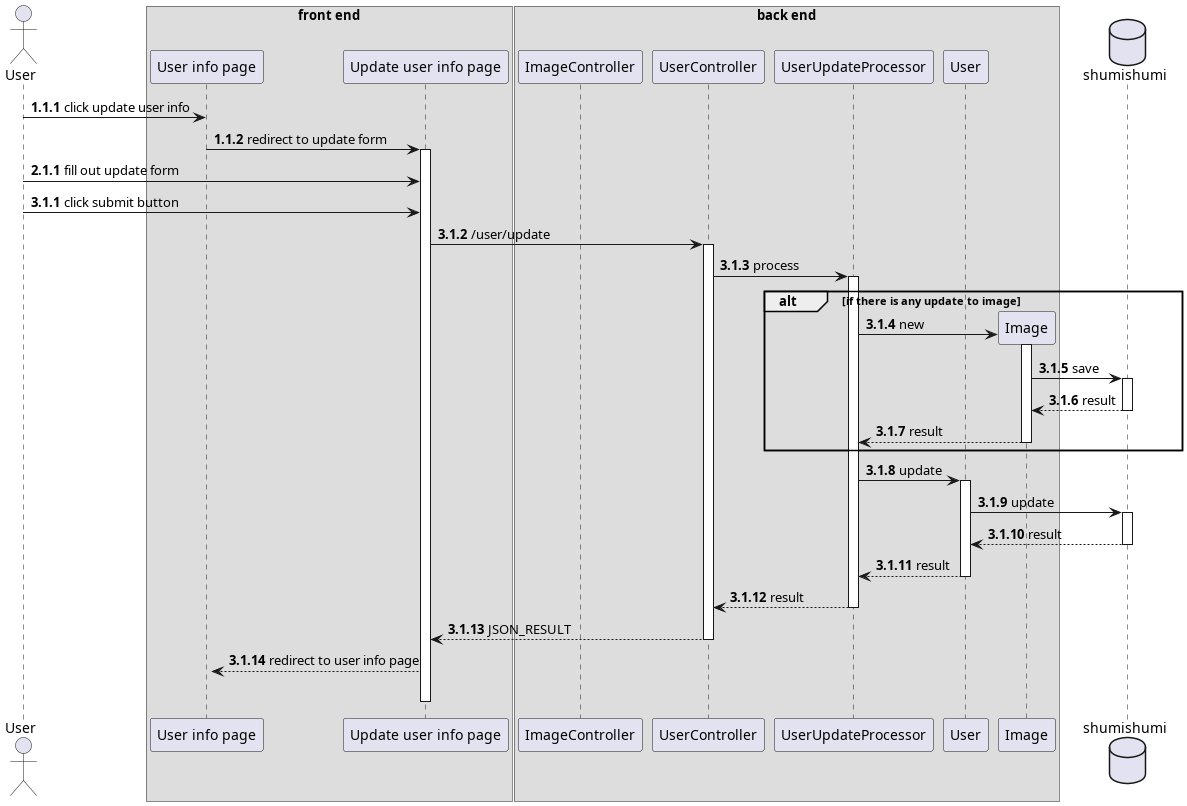
The PlantUML diagram thesis/latex/diagram/sequence diagram/5. update user info/update user info.png in aldihsuhandi/skripsi-2023, before a commit. Its diagram source:
```plantuml
@startuml update user info
autonumber 1.1.1

actor User as u

box "front end"
participant "User info page" as uinfo
participant "Update user info page" as update
end box

box "back end"
participant "ImageController" as ic
participant "UserController" as uc
participant "UserUpdateProcessor" as updproc

participant "User" as um
participant "Image" as im
end box

database shumishumi as db

u -> uinfo : click update user info
uinfo -> update --++ : redirect to update form

autonumber inc a
u -> update : fill out update form

autonumber inc a
u -> update : click submit button

update -> uc++ : /user/update
uc -> updproc++ : process

alt if there is any update to image
create im
updproc -> im++ : new
im -> db++ : save
return result
return result
end

updproc -> um++ : update
um -> db++: update
return result
return result
return result

return JSON_RESULT

update --> uinfo ++-- : redirect to user info page

@enduml
```
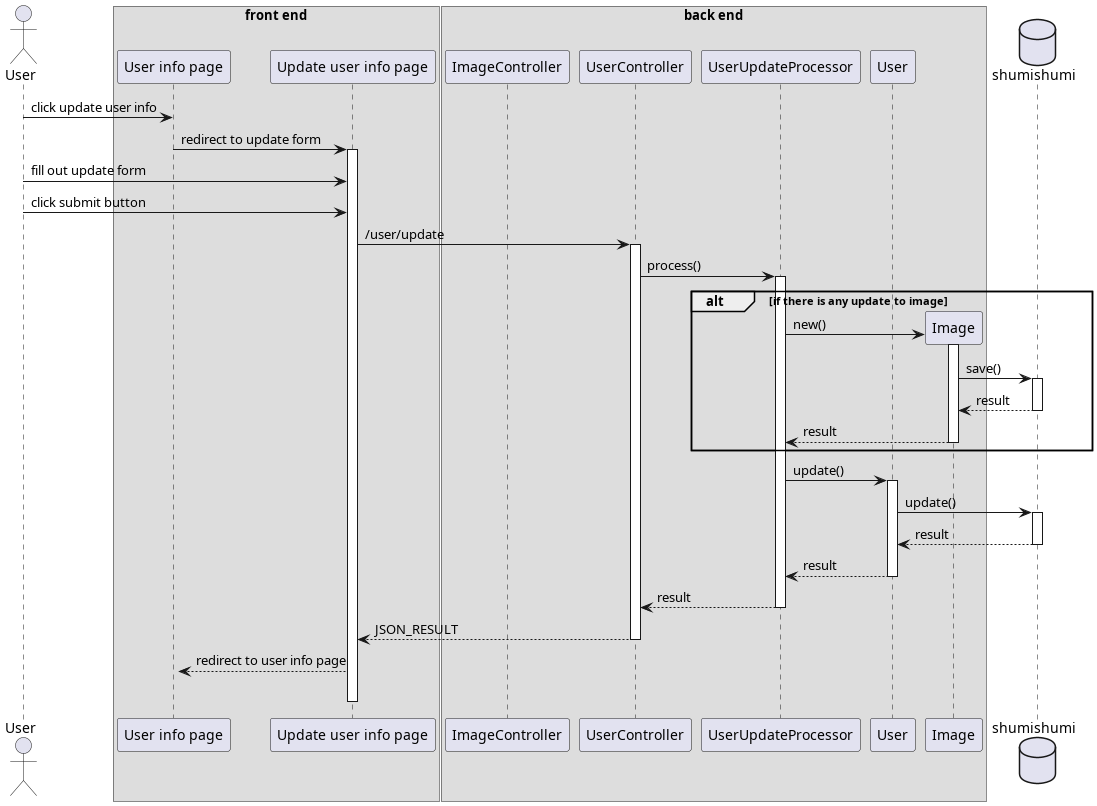
Above is the later version.

Diff of the diagram source:
```diff
@@ -1,5 +1,4 @@
 @startuml update user info
-autonumber 1.1.1
 
 actor User as u
 
@@ -22,25 +21,23 @@
 u -> uinfo : click update user info
 uinfo -> update --++ : redirect to update form
 
-autonumber inc a
 u -> update : fill out update form
 
-autonumber inc a
 u -> update : click submit button
 
 update -> uc++ : /user/update
-uc -> updproc++ : process
+uc -> updproc++ : process()
 
 alt if there is any update to image
 create im
-updproc -> im++ : new
-im -> db++ : save
+updproc -> im++ : new()
+im -> db++ : save()
 return result
 return result
 end
 
-updproc -> um++ : update
-um -> db++: update
+updproc -> um++ : update()
+um -> db++: update()
 return result
 return result
 return result
```
